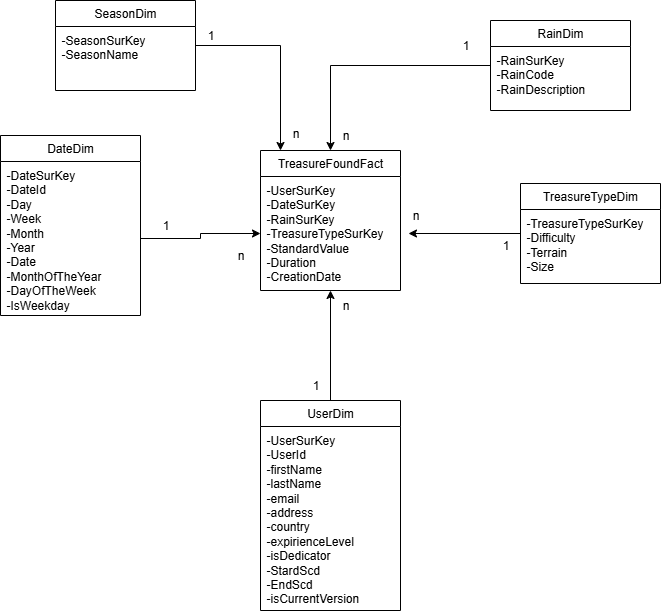
This is ERD_DP.drawio.png from PieterNeyt/databanken3, a draw.io export, as it was before one commit. Source tidied: cells renumbered, new cells last; positions are measured from the earlier drawing's top-left corner, leaving out a move shared by most shapes.
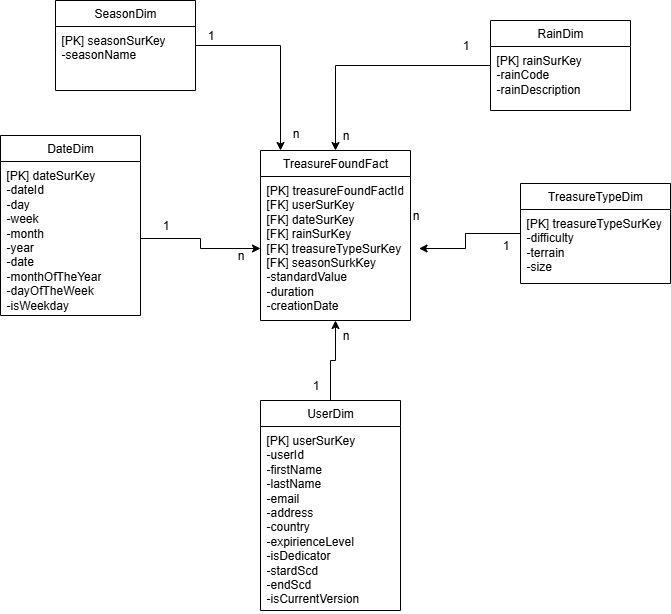
After the change.

Commit message:
erd en bronanalyse verbeterd volgens feedback + link met feit en rain dimensie nu correct

The edit, as a diff of the source:
```diff
@@ -3,10 +3,10 @@
     <mxCell id="0" />
     <mxCell id="1" parent="0" />
     <mxCell id="2" value="TreasureFoundFact" style="swimlane;fontStyle=0;horizontal=1;startSize=26;fillColor=none;whiteSpace=wrap;html=1;" parent="1" vertex="1">
-      <mxGeometry x="260" y="150" width="140" height="140" as="geometry" />
+      <mxGeometry x="260" y="150" width="150" height="170" as="geometry" />
     </mxCell>
-    <mxCell id="3" value="-UserSurKey&lt;div&gt;-&lt;span style=&quot;background-color: transparent; color: light-dark(rgb(0, 0, 0), rgb(255, 255, 255));&quot;&gt;DateSurKey&lt;/span&gt;&lt;/div&gt;&lt;div&gt;&lt;span style=&quot;background-color: transparent; color: light-dark(rgb(0, 0, 0), rgb(255, 255, 255));&quot;&gt;-&lt;/span&gt;&lt;span style=&quot;background-color: transparent; color: light-dark(rgb(0, 0, 0), rgb(255, 255, 255));&quot;&gt;RainSurKey&lt;/span&gt;&lt;/div&gt;&lt;div&gt;&lt;span style=&quot;background-color: transparent; color: light-dark(rgb(0, 0, 0), rgb(255, 255, 255));&quot;&gt;-&lt;/span&gt;&lt;span style=&quot;background-color: transparent; color: light-dark(rgb(0, 0, 0), rgb(255, 255, 255));&quot;&gt;TreasureTypeSurKey&lt;/span&gt;&lt;/div&gt;&lt;div&gt;-StandardValue&lt;/div&gt;&lt;div&gt;-Duration&lt;/div&gt;&lt;div&gt;-CreationDate&lt;/div&gt;&lt;div&gt;&lt;br&gt;&lt;/div&gt;" style="text;strokeColor=none;fillColor=none;align=left;verticalAlign=top;spacingLeft=4;spacingRight=4;overflow=hidden;points=[[0,0.5],[1,0.5]];portConstraint=eastwest;whiteSpace=wrap;html=1;" parent="2" vertex="1">
-      <mxGeometry y="26" width="140" height="114" as="geometry" />
+    <mxCell id="3" value="&lt;div&gt;[PK] treasureFoundFactId&lt;/div&gt;[FK] userSurKey&lt;div&gt;&lt;span style=&quot;background-color: transparent; color: light-dark(rgb(0, 0, 0), rgb(255, 255, 255));&quot;&gt;[FK] dateSurKey&lt;/span&gt;&lt;/div&gt;&lt;div&gt;&lt;span style=&quot;background-color: transparent; color: light-dark(rgb(0, 0, 0), rgb(255, 255, 255));&quot;&gt;[FK] rainSurKey&lt;/span&gt;&lt;/div&gt;&lt;div&gt;&lt;span style=&quot;background-color: transparent; color: light-dark(rgb(0, 0, 0), rgb(255, 255, 255));&quot;&gt;[FK] treasureTypeSurKey&lt;/span&gt;&lt;/div&gt;&lt;div&gt;&lt;span style=&quot;background-color: transparent; color: light-dark(rgb(0, 0, 0), rgb(255, 255, 255));&quot;&gt;[FK] seasonSurkKey&lt;/span&gt;&lt;/div&gt;&lt;div&gt;-standardValue&lt;/div&gt;&lt;div&gt;-duration&lt;/div&gt;&lt;div&gt;-creationDate&lt;/div&gt;&lt;div&gt;&lt;br&gt;&lt;/div&gt;" style="text;strokeColor=none;fillColor=none;align=left;verticalAlign=top;spacingLeft=4;spacingRight=4;overflow=hidden;points=[[0,0.5],[1,0.5]];portConstraint=eastwest;whiteSpace=wrap;html=1;" parent="2" vertex="1">
+      <mxGeometry y="26" width="150" height="144" as="geometry" />
     </mxCell>
     <mxCell id="4" style="edgeStyle=orthogonalEdgeStyle;rounded=0;jettySize=auto;html=1;" parent="1" edge="1" source="5" target="2">
       <mxGeometry relative="1" as="geometry" />
@@ -14,20 +14,20 @@
     <mxCell id="5" value="RainDim" style="swimlane;fontStyle=0;horizontal=1;startSize=26;fillColor=none;whiteSpace=wrap;html=1;" parent="1" vertex="1">
       <mxGeometry x="490" y="20" width="140" height="90" as="geometry" />
     </mxCell>
-    <mxCell id="6" value="-RainSurKey&lt;div&gt;-RainCode&lt;/div&gt;&lt;div&gt;-RainDescription&lt;/div&gt;&lt;div&gt;&lt;br&gt;&lt;/div&gt;&lt;div&gt;&lt;br&gt;&lt;/div&gt;" style="text;strokeColor=none;fillColor=none;align=left;verticalAlign=top;spacingLeft=4;spacingRight=4;overflow=hidden;whiteSpace=wrap;html=1;" parent="5" vertex="1">
+    <mxCell id="6" value="[PK] rainSurKey&lt;div&gt;-rainCode&lt;/div&gt;&lt;div&gt;-rainDescription&lt;/div&gt;&lt;div&gt;&lt;br&gt;&lt;/div&gt;&lt;div&gt;&lt;br&gt;&lt;/div&gt;" style="text;strokeColor=none;fillColor=none;align=left;verticalAlign=top;spacingLeft=4;spacingRight=4;overflow=hidden;whiteSpace=wrap;html=1;" parent="5" vertex="1">
       <mxGeometry y="26" width="140" height="64" as="geometry" />
     </mxCell>
     <mxCell id="7" value="UserDim" style="swimlane;fontStyle=0;horizontal=1;startSize=26;fillColor=none;whiteSpace=wrap;html=1;" parent="1" vertex="1">
       <mxGeometry x="260" y="400" width="140" height="210" as="geometry" />
     </mxCell>
-    <mxCell id="8" value="-UserSurKey&lt;div&gt;-UserId&lt;/div&gt;&lt;div&gt;-firstName&lt;/div&gt;&lt;div&gt;-lastName&lt;/div&gt;&lt;div&gt;-email&lt;/div&gt;&lt;div&gt;-address&lt;/div&gt;&lt;div&gt;-country&lt;/div&gt;&lt;div&gt;-expirienceLevel&lt;/div&gt;&lt;div&gt;-isDedicator&lt;/div&gt;&lt;div&gt;-StardScd&lt;/div&gt;&lt;div&gt;-EndScd&lt;/div&gt;&lt;div&gt;-isCurrentVersion&lt;/div&gt;&lt;div&gt;&lt;br&gt;&lt;/div&gt;" style="text;strokeColor=none;fillColor=none;align=left;verticalAlign=top;spacingLeft=4;spacingRight=4;overflow=hidden;whiteSpace=wrap;html=1;" parent="7" vertex="1">
+    <mxCell id="8" value="[PK] userSurKey&lt;div&gt;-userId&lt;/div&gt;&lt;div&gt;-firstName&lt;/div&gt;&lt;div&gt;-lastName&lt;/div&gt;&lt;div&gt;-email&lt;/div&gt;&lt;div&gt;-address&lt;/div&gt;&lt;div&gt;-country&lt;/div&gt;&lt;div&gt;-expirienceLevel&lt;/div&gt;&lt;div&gt;-isDedicator&lt;/div&gt;&lt;div&gt;-stardScd&lt;/div&gt;&lt;div&gt;-endScd&lt;/div&gt;&lt;div&gt;-isCurrentVersion&lt;/div&gt;&lt;div&gt;&lt;br&gt;&lt;/div&gt;" style="text;strokeColor=none;fillColor=none;align=left;verticalAlign=top;spacingLeft=4;spacingRight=4;overflow=hidden;whiteSpace=wrap;html=1;" parent="7" vertex="1">
       <mxGeometry y="26" width="140" height="184" as="geometry" />
     </mxCell>
     <mxCell id="9" value="TreasureTypeDim" style="swimlane;fontStyle=0;horizontal=1;startSize=26;fillColor=none;whiteSpace=wrap;html=1;" parent="1" vertex="1">
-      <mxGeometry x="520" y="183" width="140" height="100" as="geometry" />
+      <mxGeometry x="520" y="183" width="150" height="100" as="geometry" />
     </mxCell>
-    <mxCell id="10" value="-TreasureTypeSurKey&lt;div&gt;-Difficulty&lt;/div&gt;&lt;div&gt;-Terrain&lt;/div&gt;&lt;div&gt;-Size&lt;/div&gt;&lt;div&gt;&lt;br&gt;&lt;/div&gt;" style="text;strokeColor=none;fillColor=none;align=left;verticalAlign=top;spacingLeft=4;spacingRight=4;overflow=hidden;whiteSpace=wrap;html=1;" parent="9" vertex="1">
-      <mxGeometry y="26" width="140" height="74" as="geometry" />
+    <mxCell id="10" value="[PK] treasureTypeSurKey&lt;div&gt;-difficulty&lt;/div&gt;&lt;div&gt;-terrain&lt;/div&gt;&lt;div&gt;-size&lt;/div&gt;&lt;div&gt;&lt;br&gt;&lt;/div&gt;" style="text;strokeColor=none;fillColor=none;align=left;verticalAlign=top;spacingLeft=4;spacingRight=4;overflow=hidden;whiteSpace=wrap;html=1;" parent="9" vertex="1">
+      <mxGeometry y="26" width="150" height="74" as="geometry" />
     </mxCell>
     <mxCell id="11" value="n" style="text;html=1;align=center;verticalAlign=middle;strokeColor=none;fillColor=none;" parent="1" vertex="1">
       <mxGeometry x="400" y="200" width="30" height="30" as="geometry" />
@@ -36,7 +36,7 @@
       <mxGeometry x="330" y="120" width="30" height="30" as="geometry" />
     </mxCell>
     <mxCell id="13" value="n" style="text;html=1;align=center;verticalAlign=middle;strokeColor=none;fillColor=none;" parent="1" vertex="1">
-      <mxGeometry x="330" y="290" width="30" height="30" as="geometry" />
+      <mxGeometry x="330" y="320" width="30" height="30" as="geometry" />
     </mxCell>
     <mxCell id="14" value="1" style="text;html=1;align=center;verticalAlign=middle;strokeColor=none;fillColor=none;" parent="1" vertex="1">
       <mxGeometry x="450" y="30" width="30" height="30" as="geometry" />
@@ -57,7 +57,7 @@
     <mxCell id="18" value="SeasonDim" style="swimlane;fontStyle=0;horizontal=1;startSize=26;fillColor=none;whiteSpace=wrap;html=1;" parent="1" vertex="1">
       <mxGeometry x="55" width="140" height="90" as="geometry" />
     </mxCell>
-    <mxCell id="19" value="-SeasonSurKey&lt;div&gt;-SeasonName&lt;/div&gt;&lt;div&gt;&lt;br&gt;&lt;/div&gt;" style="text;strokeColor=none;fillColor=none;align=left;verticalAlign=top;spacingLeft=4;spacingRight=4;overflow=hidden;whiteSpace=wrap;html=1;" parent="18" vertex="1">
+    <mxCell id="19" value="[PK] seasonSurKey&lt;div&gt;-seasonName&lt;/div&gt;&lt;div&gt;&lt;br&gt;&lt;/div&gt;" style="text;strokeColor=none;fillColor=none;align=left;verticalAlign=top;spacingLeft=4;spacingRight=4;overflow=hidden;whiteSpace=wrap;html=1;" parent="18" vertex="1">
       <mxGeometry y="26" width="140" height="64" as="geometry" />
     </mxCell>
     <mxCell id="20" value="1" style="text;html=1;align=center;verticalAlign=middle;strokeColor=none;fillColor=none;" parent="1" vertex="1">
@@ -66,7 +66,7 @@
     <mxCell id="21" value="DateDim" style="swimlane;fontStyle=0;horizontal=1;startSize=26;fillColor=none;whiteSpace=wrap;html=1;" parent="1" vertex="1">
       <mxGeometry y="135" width="140" height="180" as="geometry" />
     </mxCell>
-    <mxCell id="22" value="-DateSurKey&amp;nbsp;&lt;div&gt;-DateId&lt;/div&gt;&lt;div&gt;-Day&lt;/div&gt;&lt;div&gt;-Week&lt;/div&gt;&lt;div&gt;-Month&lt;/div&gt;&lt;div&gt;-Year&lt;/div&gt;&lt;div&gt;-Date&lt;/div&gt;&lt;div&gt;-MonthOfTheYear&lt;/div&gt;&lt;div&gt;-DayOfTheWeek&lt;/div&gt;&lt;div&gt;-IsWeekday&lt;/div&gt;&lt;div&gt;&lt;br&gt;&lt;/div&gt;" style="text;strokeColor=none;fillColor=none;align=left;verticalAlign=top;spacingLeft=4;spacingRight=4;overflow=hidden;points=[[0,0.5],[1,0.5]];portConstraint=eastwest;whiteSpace=wrap;html=1;" parent="21" vertex="1">
+    <mxCell id="22" value="[PK] dateSurKey&amp;nbsp;&lt;div&gt;-dateId&lt;/div&gt;&lt;div&gt;-day&lt;/div&gt;&lt;div&gt;-week&lt;/div&gt;&lt;div&gt;-month&lt;/div&gt;&lt;div&gt;-year&lt;/div&gt;&lt;div&gt;-date&lt;/div&gt;&lt;div&gt;-monthOfTheYear&lt;/div&gt;&lt;div&gt;-dayOfTheWeek&lt;/div&gt;&lt;div&gt;-isWeekday&lt;/div&gt;&lt;div&gt;&lt;br&gt;&lt;/div&gt;" style="text;strokeColor=none;fillColor=none;align=left;verticalAlign=top;spacingLeft=4;spacingRight=4;overflow=hidden;points=[[0,0.5],[1,0.5]];portConstraint=eastwest;whiteSpace=wrap;html=1;" parent="21" vertex="1">
       <mxGeometry y="26" width="140" height="154" as="geometry" />
     </mxCell>
     <mxCell id="23" value="1" style="text;html=1;align=center;verticalAlign=middle;strokeColor=none;fillColor=none;" parent="1" vertex="1">
```
